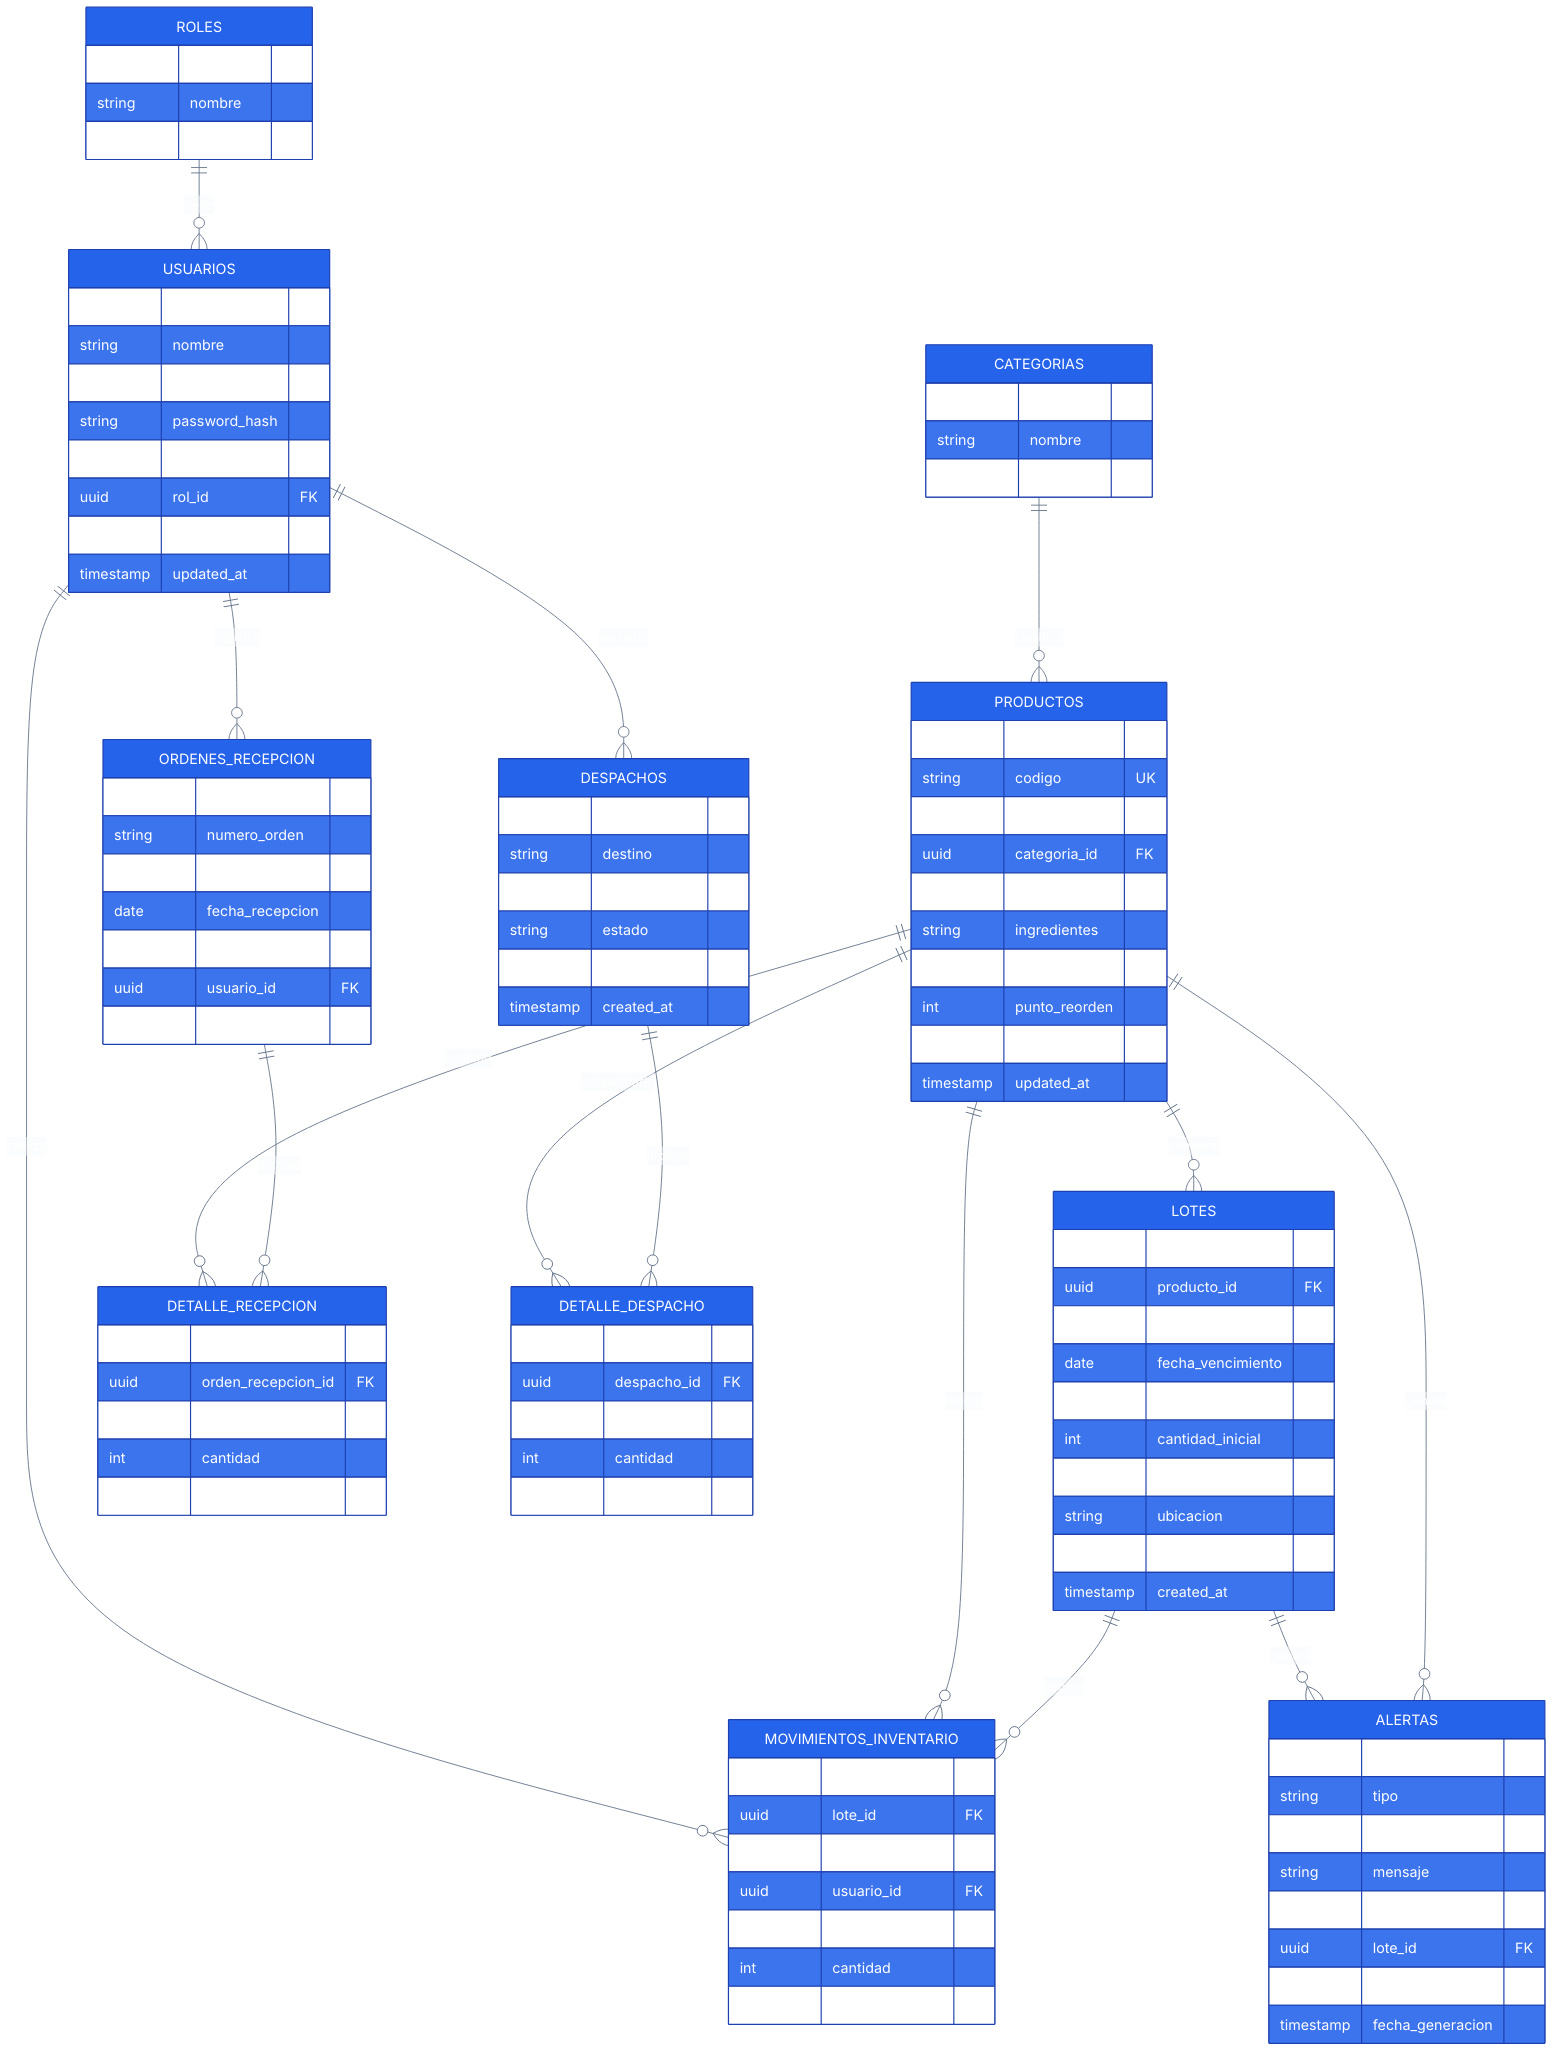
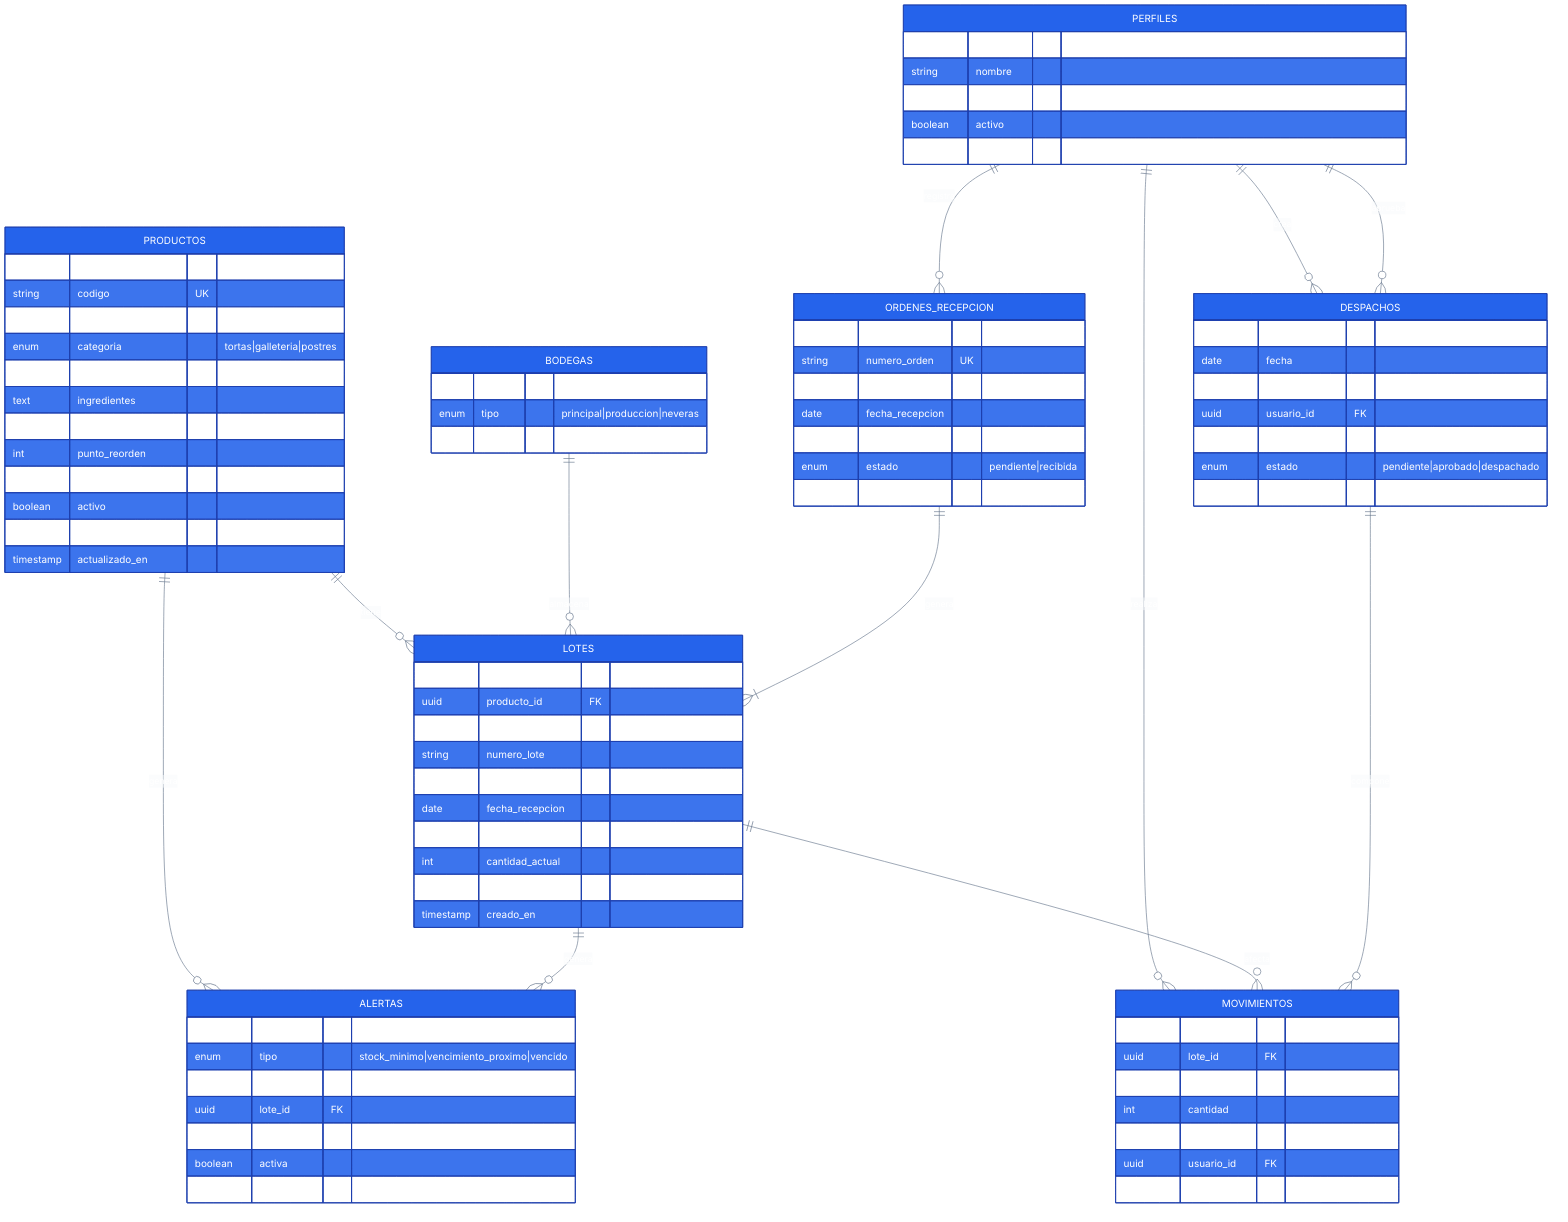
%%{init: {
  "theme": "base",
  "themeVariables": {
    "primaryColor": "#2563eb",
    "primaryTextColor": "#ffffff",
    "primaryBorderColor": "#1e40af",
    "lineColor": "#64748b",
    "secondaryColor": "#0f172a",
    "tertiaryColor": "#f8fafc",
    "background": "#ffffff",
    "fontFamily": "Inter"
  }
}}%%

erDiagram

-     ROLES {
+     PERFILES {
        uuid id PK
        string nombre
-         timestamp created_at
-     }
- 
-     USUARIOS {
-         uuid id PK
-         string nombre
-         string email
-         string password_hash
+         enum rol "admin_sistema|jefe_almacen|operador_recepcion|operador_despacho"
        boolean activo
-         uuid rol_id FK
-         timestamp created_at
-         timestamp updated_at
-     }
- 
-     CATEGORIAS {
-         uuid id PK
-         string nombre
-         timestamp created_at
+         timestamp creado_en
    }

    PRODUCTOS {
        uuid id PK
        string codigo UK
        string nombre
-         uuid categoria_id FK
+         enum categoria "tortas|galleteria|postres"
        decimal peso
-         string ingredientes
+         text ingredientes
        string etiqueta
        int punto_reorden
-         timestamp created_at
-         timestamp updated_at
+         int dias_min_vencimiento
+         boolean activo
+         timestamp creado_en
+         timestamp actualizado_en
+     }
+ 
+     BODEGAS {
+         uuid id PK
+         enum tipo "principal|produccion|neveras"
+         string nombre
    }

    LOTES {
        uuid id PK
        uuid producto_id FK
+         uuid bodega_id FK
        string numero_lote
        date fecha_vencimiento
        date fecha_recepcion
        int cantidad_inicial
        int cantidad_actual
-         string ubicacion
-         string estado
-         timestamp created_at
+         enum estado "vigente|agotado|vencido"
+         timestamp creado_en
    }

    ORDENES_RECEPCION {
        uuid id PK
-         string numero_orden
-         string numero_factura
+         string numero_orden UK
+         string numero_factura UK
        date fecha_recepcion
-         string estado
        uuid usuario_id FK
-         timestamp created_at
-     }
- 
-     DETALLE_RECEPCION {
-         uuid id PK
-         uuid orden_recepcion_id FK
-         uuid producto_id FK
-         int cantidad
-         timestamp created_at
+         enum estado "pendiente|recibida"
+         timestamp creado_en
    }

    DESPACHOS {
        uuid id PK
-         string destino
        date fecha
-         string estado
+         string destino_interno
+         uuid usuario_id FK
        uuid aprobado_por FK
-         timestamp created_at
+         enum estado "pendiente|aprobado|despachado"
+         timestamp creado_en
    }

-     DETALLE_DESPACHO {
-         uuid id PK
-         uuid despacho_id FK
-         uuid producto_id FK
-         int cantidad
-         timestamp created_at
-     }
- 
-     MOVIMIENTOS_INVENTARIO {
+     MOVIMIENTOS {
        uuid id PK
        uuid lote_id FK
-         uuid producto_id FK
+         enum tipo "entrada|salida|ajuste"
+         int cantidad
+         uuid referencia_id
        uuid usuario_id FK
-         string tipo_movimiento
-         int cantidad
-         timestamp fecha
+         timestamp creado_en
    }

    ALERTAS {
        uuid id PK
-         string tipo
-         string severidad
-         string mensaje
+         enum tipo "stock_minimo|vencimiento_proximo|vencido"
        uuid producto_id FK
        uuid lote_id FK
+         enum severidad "advertencia|critico"
        boolean activa
-         timestamp fecha_generacion
+         timestamp creado_en
    }

-     ROLES ||--o{ USUARIOS : "tiene"
+     PERFILES ||--o{ ORDENES_RECEPCION : "registra"

-     CATEGORIAS ||--o{ PRODUCTOS : "clasifica"
+     PERFILES ||--o{ DESPACHOS : "crea"

-     PRODUCTOS ||--o{ LOTES : "contiene"
+     PERFILES ||--o{ DESPACHOS : "aprueba"

-     USUARIOS ||--o{ ORDENES_RECEPCION : "registra"
+     PERFILES ||--o{ MOVIMIENTOS : "realiza"

-     ORDENES_RECEPCION ||--o{ DETALLE_RECEPCION : "incluye"
- 
-     PRODUCTOS ||--o{ DETALLE_RECEPCION : "recibido"
- 
-     USUARIOS ||--o{ DESPACHOS : "aprueba"
- 
-     DESPACHOS ||--o{ DETALLE_DESPACHO : "incluye"
- 
-     PRODUCTOS ||--o{ DETALLE_DESPACHO : "despachado"
- 
-     LOTES ||--o{ MOVIMIENTOS_INVENTARIO : "genera"
- 
-     PRODUCTOS ||--o{ MOVIMIENTOS_INVENTARIO : "afecta"
- 
-     USUARIOS ||--o{ MOVIMIENTOS_INVENTARIO : "realiza"
+     PRODUCTOS ||--o{ LOTES : "tiene"

    PRODUCTOS ||--o{ ALERTAS : "genera"

-     LOTES ||--o{ ALERTAS : "genera"+     BODEGAS ||--o{ LOTES : "almacena"
+ 
+     ORDENES_RECEPCION ||--|{ LOTES : "genera"
+ 
+     LOTES ||--o{ MOVIMIENTOS : "afecta"
+ 
+     LOTES ||--o{ ALERTAS : "genera"
+ 
+     DESPACHOS ||--o{ MOVIMIENTOS : "compone"
